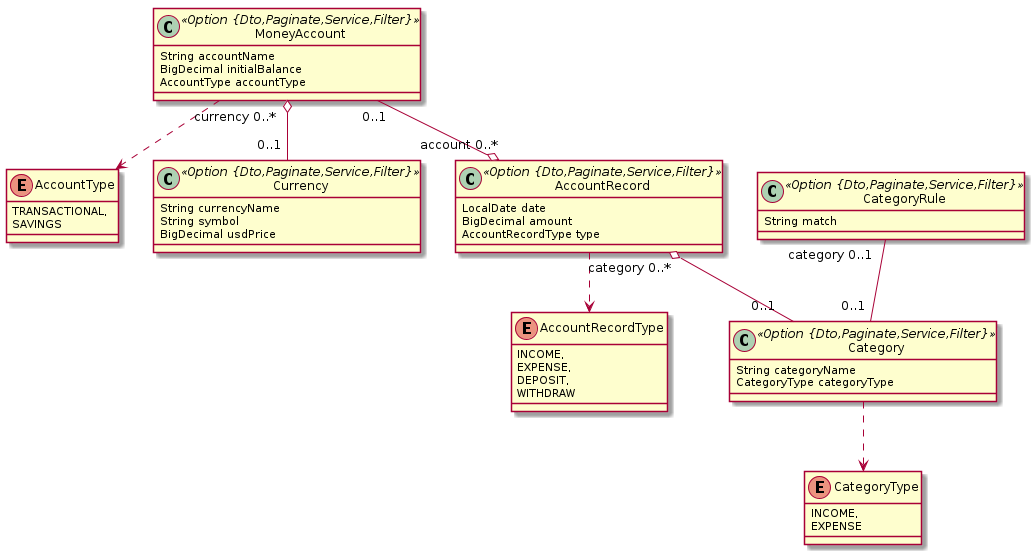
Before: jhipster-jdl.png, a diagram exported from PlantUML (danielbrutti/my-expenses-web).
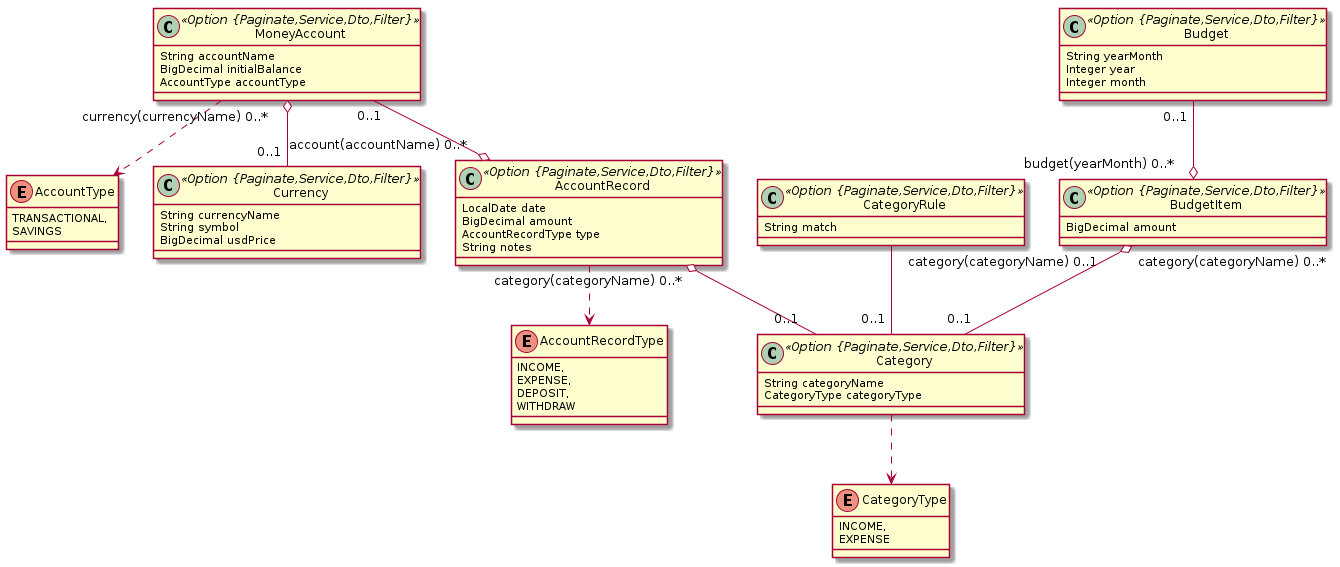
Above is the later version.

What changed in the source:
```diff
@@ -1,29 +1,38 @@
 @startuml
 	!pragma syntax class
-	class MoneyAccount <<Option {Dto,Paginate,Service,Filter}>> {
+	class MoneyAccount <<Option {Paginate,Service,Dto,Filter}>> {
 		String accountName
 		BigDecimal initialBalance
 		AccountType accountType
 	}
 	MoneyAccount ..> AccountType
-	class Currency <<Option {Dto,Paginate,Service,Filter}>> {
+	class Currency <<Option {Paginate,Service,Dto,Filter}>> {
 		String currencyName
 		String symbol
 		BigDecimal usdPrice
 	}
-	class AccountRecord <<Option {Dto,Paginate,Service,Filter}>> {
+	class AccountRecord <<Option {Paginate,Service,Dto,Filter}>> {
 		LocalDate date
 		BigDecimal amount
 		AccountRecordType type
+		String notes
 	}
 	AccountRecord ..> AccountRecordType
-	class Category <<Option {Dto,Paginate,Service,Filter}>> {
+	class Category <<Option {Paginate,Service,Dto,Filter}>> {
 		String categoryName
 		CategoryType categoryType
 	}
 	Category ..> CategoryType
-	class CategoryRule <<Option {Dto,Paginate,Service,Filter}>> {
+	class CategoryRule <<Option {Paginate,Service,Dto,Filter}>> {
 		String match
+	}
+	class Budget <<Option {Paginate,Service,Dto,Filter}>> {
+		String yearMonth
+		Integer year
+		Integer month
+	}
+	class BudgetItem <<Option {Paginate,Service,Dto,Filter}>> {
+		BigDecimal amount
 	}
 	enum AccountType {
 		TRANSACTIONAL,
@@ -39,8 +48,10 @@
 		DEPOSIT,
 		WITHDRAW
 	}
-	MoneyAccount  "0..1 " --o "account 0..* "  AccountRecord
-	CategoryRule  "category 0..1 " -- "0..1 "  Category
-	MoneyAccount  "currency 0..* " o-- "0..1 "  Currency
-	AccountRecord  "category 0..* " o-- "0..1 "  Category
+	MoneyAccount  "0..1 " --o "account(accountName) 0..* "  AccountRecord
+	Budget  "0..1 " --o "budget(yearMonth) 0..* "  BudgetItem
+	CategoryRule  "category(categoryName) 0..1 " -- "0..1 "  Category
+	MoneyAccount  "currency(currencyName) 0..* " o-- "0..1 "  Currency
+	AccountRecord  "category(categoryName) 0..* " o-- "0..1 "  Category
+	BudgetItem  "category(categoryName) 0..* " o-- "0..1 "  Category
 @enduml
```
